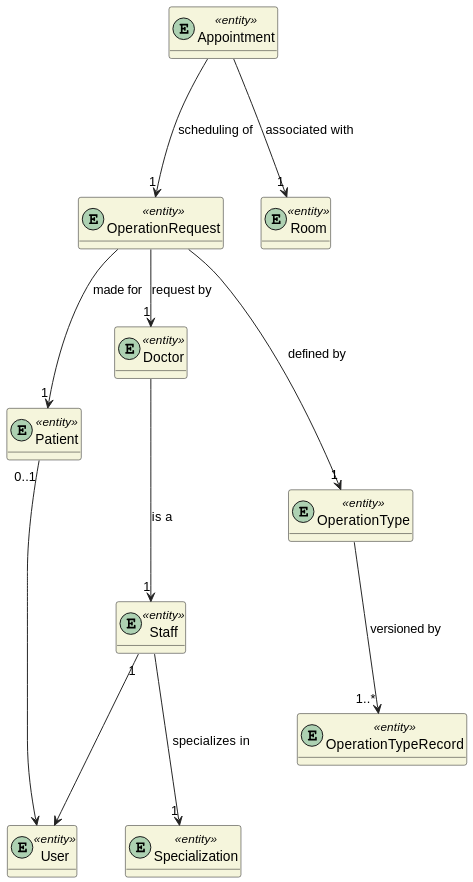
This is docs/sprint-1/team-decisions/domain-model/domain-model-simplification.svg from rita-barbosa/LAPR5-2425, a PlantUML export, as it was before one commit.
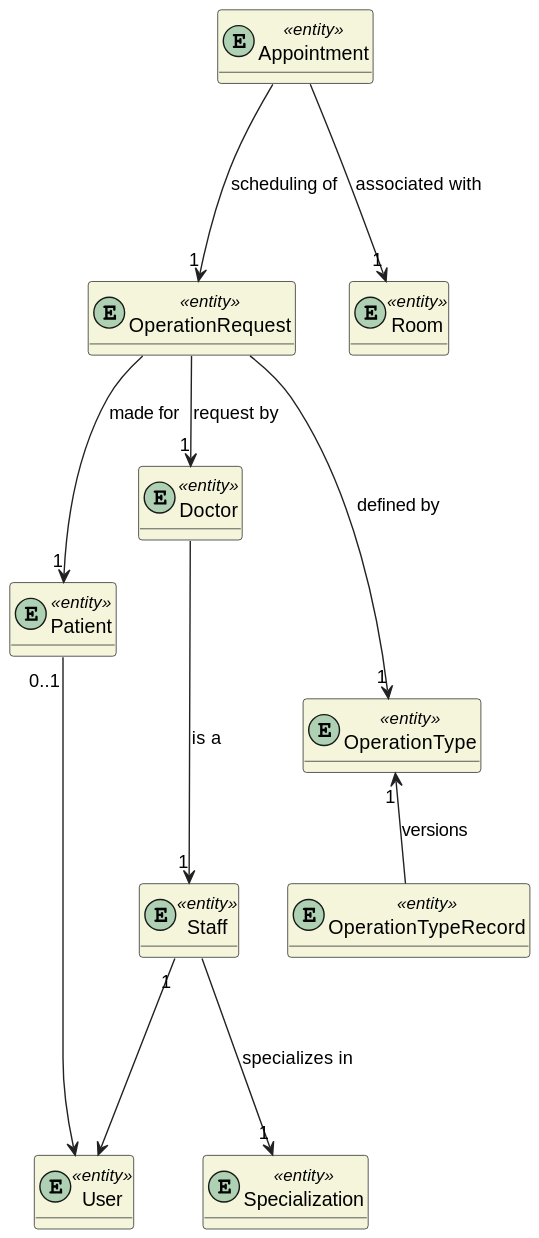
After the commit.

Commit message:
DG38-156 | docs: fixed domain model simplification concepts relation

What changed in the source:
```diff
@@ -26,6 +26,6 @@
 OperationRequest --> "1" Patient : made for
 Appointment ---> "1" OperationRequest : scheduling of
 OperationRequest ---> "1" OperationType : defined by
-OperationType ---> "1..*" OperationTypeRecord : versioned by
+OperationType "1" <-- OperationTypeRecord : versions
 Appointment ---> "1" Room : associated with
 @enduml
```
